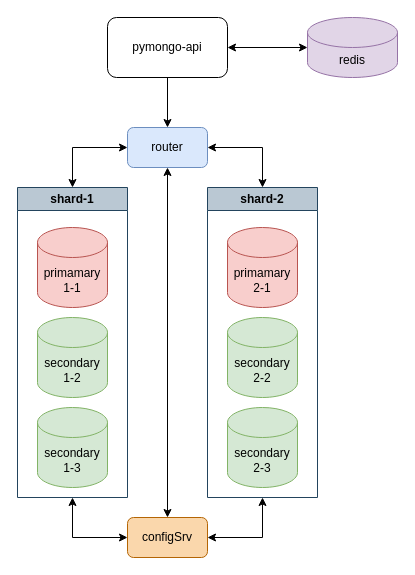
Earlier version of the draw.io diagram schemas/task-1/schema_v3.drawio (ivan-ver/architecture-black_friday). Source tidied: cells renumbered, new cells numbered last; positions are measured from the earlier drawing's top-left corner, leaving out a move shared by most shapes. Both pictures are drawn from the tidied source at 100%, with x=0, y=0 at pixel (17, 17).
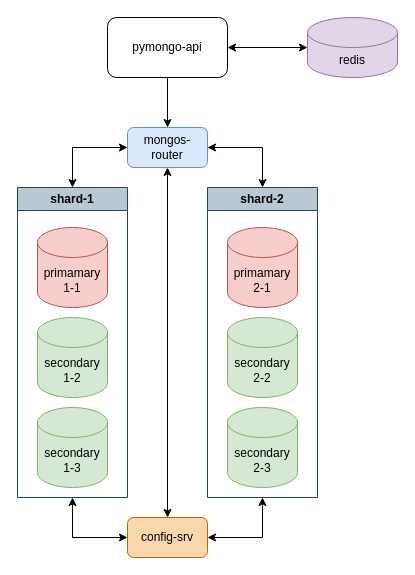
The same page after the edit.

The edit, as a diff of the source:
```diff
@@
-    <mxCell id="12" value="router" style="rounded=1;whiteSpace=wrap;html=1;fillColor=#dae8fc;strokeColor=#6c8ebf;" parent="1" vertex="1">
+    <mxCell id="12" value="mongos-router" style="rounded=1;whiteSpace=wrap;html=1;fillColor=#dae8fc;strokeColor=#6c8ebf;" parent="1" vertex="1">
       <mxGeometry x="110" y="110" width="80" height="40" as="geometry" />
     </mxCell>
@@
-    <mxCell id="16" value="configSrv" style="rounded=1;whiteSpace=wrap;html=1;fillColor=#fad7ac;strokeColor=#b46504;" parent="1" vertex="1">
+    <mxCell id="16" value="config-srv" style="rounded=1;whiteSpace=wrap;html=1;fillColor=#fad7ac;strokeColor=#b46504;" parent="1" vertex="1">
       <mxGeometry x="110" y="500" width="80" height="40" as="geometry" />
     </mxCell>
```
